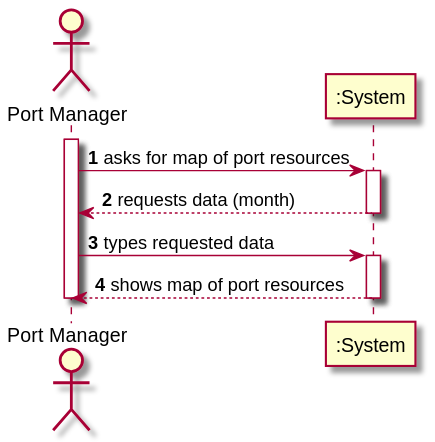
Before: docs/Sprint 3/US/US310/US310_SSD.svg, a diagram exported from PlantUML (1190772/LAB-Project-3).
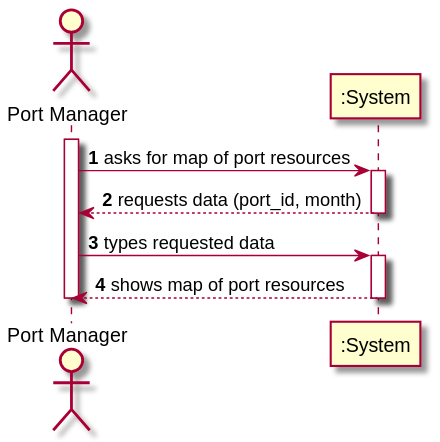
The same file after the commit.

Change to the diagram source:
```diff
@@ -8,7 +8,7 @@
 PM -> ":System" : asks for map of port resources
 
 activate ":System"
-":System" --> "PM" : requests data (month)
+":System" --> "PM" : requests data (port_id, month)
 deactivate ":System"
 
 PM -> ":System" : types requested data
```
